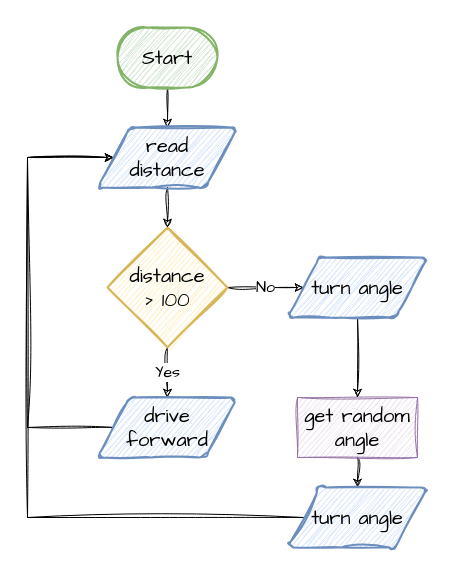
Earlier version of the draw.io diagram assets/diagrams.drawio (DamoM73/lego-spike-tutorials). Source tidied: cells renumbered, new cells numbered last; positions are measured from the earlier drawing's top-left corner, leaving out a move shared by most shapes. Both pictures are drawn from the tidied source at 100%, with x=0, y=0 at pixel (17, 17).
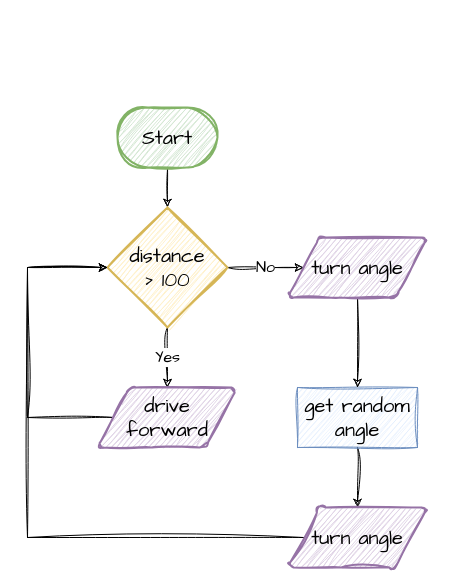
After the change.

Change to the diagram source:
```diff
@@
-    <mxCell id="2" style="rounded=0;whiteSpace=wrap;html=1;sketch=1;hachureGap=4;jiggle=2;curveFitting=1;fontFamily=Architects Daughter;fontSize=20;strokeColor=none;" parent="1" vertex="1">
-      <mxGeometry width="420" height="540" as="geometry" />
-    </mxCell>
-    <mxCell id="3" style="edgeStyle=orthogonalEdgeStyle;rounded=0;sketch=1;hachureGap=4;jiggle=2;curveFitting=1;jettySize=auto;html=1;exitX=0.5;exitY=1;exitDx=0;exitDy=0;exitPerimeter=0;entryX=0.5;entryY=0;entryDx=0;entryDy=0;fontFamily=Architects Daughter;fontSize=16;" parent="1" edge="1" source="4" target="17">
-      <mxGeometry relative="1" as="geometry" />
-    </mxCell>
+    <mxCell id="18" style="edgeStyle=orthogonalEdgeStyle;rounded=0;sketch=1;hachureGap=4;jiggle=2;curveFitting=1;jettySize=auto;html=1;exitX=0.5;exitY=1;exitDx=0;exitDy=0;exitPerimeter=0;entryX=0.5;entryY=0;entryDx=0;entryDy=0;entryPerimeter=0;fontFamily=Architects Daughter;fontSize=16;" parent="1" edge="1" source="4" target="7">
+      <mxGeometry relative="1" as="geometry" />
+    </mxCell>
     <mxCell id="4" value="Start" style="strokeWidth=2;html=1;shape=mxgraph.flowchart.terminator;whiteSpace=wrap;sketch=1;hachureGap=4;jiggle=2;curveFitting=1;fontFamily=Architects Daughter;fontSize=20;fillColor=#d5e8d4;strokeColor=#82b366;" parent="1" vertex="1">
-      <mxGeometry x="100" y="10" width="100" height="60" as="geometry" />
+      <mxGeometry x="100" y="90" width="100" height="60" as="geometry" />
     </mxCell>
@@
     <mxCell id="7" value="distance &lt;br&gt;&amp;gt; 100" style="strokeWidth=2;html=1;shape=mxgraph.flowchart.decision;whiteSpace=wrap;sketch=1;hachureGap=4;jiggle=2;curveFitting=1;fontFamily=Architects Daughter;fontSize=20;fillColor=#fff2cc;strokeColor=#d6b656;" parent="1" vertex="1">
-      <mxGeometry x="90" y="210" width="120" height="120" as="geometry" />
+      <mxGeometry x="90" y="190" width="120" height="120" as="geometry" />
     </mxCell>
-    <mxCell id="8" style="edgeStyle=orthogonalEdgeStyle;rounded=0;sketch=1;hachureGap=4;jiggle=2;curveFitting=1;jettySize=auto;html=1;exitX=0;exitY=0.5;exitDx=0;exitDy=0;fontFamily=Architects Daughter;fontSize=16;entryX=0;entryY=0.5;entryDx=0;entryDy=0;" parent="1" edge="1" source="9" target="17">
+    <mxCell id="8" style="edgeStyle=orthogonalEdgeStyle;rounded=0;sketch=1;hachureGap=4;jiggle=2;curveFitting=1;jettySize=auto;html=1;exitX=0;exitY=0.5;exitDx=0;exitDy=0;fontFamily=Architects Daughter;fontSize=16;" parent="1" edge="1" source="9">
       <mxGeometry relative="1" as="geometry">
+        <mxPoint x="90" y="250" as="targetPoint" />
         <Array as="points">
-          <mxPoint x="10" y="410" />
-          <mxPoint x="10" y="140" />
+          <mxPoint x="10" y="400" />
+          <mxPoint x="10" y="250" />
         </Array>
       </mxGeometry>
     </mxCell>
-    <mxCell id="9" value="drive &lt;br&gt;forward" style="shape=parallelogram;html=1;strokeWidth=2;perimeter=parallelogramPerimeter;whiteSpace=wrap;rounded=1;arcSize=12;size=0.23;sketch=1;hachureGap=4;jiggle=2;curveFitting=1;fontFamily=Architects Daughter;fontSize=20;fillColor=#dae8fc;strokeColor=#6c8ebf;" parent="1" vertex="1">
-      <mxGeometry x="80" y="380" width="140" height="60" as="geometry" />
+    <mxCell id="9" value="drive &lt;br&gt;forward" style="shape=parallelogram;html=1;strokeWidth=2;perimeter=parallelogramPerimeter;whiteSpace=wrap;rounded=1;arcSize=12;size=0.23;sketch=1;hachureGap=4;jiggle=2;curveFitting=1;fontFamily=Architects Daughter;fontSize=20;fillColor=#e1d5e7;strokeColor=#9673a6;" parent="1" vertex="1">
+      <mxGeometry x="80" y="370" width="140" height="60" as="geometry" />
     </mxCell>
@@
-    <mxCell id="11" value="get random angle" style="rounded=0;whiteSpace=wrap;html=1;sketch=1;hachureGap=4;jiggle=2;curveFitting=1;fontFamily=Architects Daughter;fontSize=20;fillColor=#e1d5e7;strokeColor=#9673a6;" parent="1" vertex="1">
-      <mxGeometry x="280" y="380" width="120" height="60" as="geometry" />
+    <mxCell id="11" value="get random angle" style="rounded=0;whiteSpace=wrap;html=1;sketch=1;hachureGap=4;jiggle=2;curveFitting=1;fontFamily=Architects Daughter;fontSize=20;fillColor=#dae8fc;strokeColor=#6c8ebf;" parent="1" vertex="1">
+      <mxGeometry x="280" y="370" width="120" height="60" as="geometry" />
     </mxCell>
-    <mxCell id="12" style="edgeStyle=orthogonalEdgeStyle;rounded=0;sketch=1;hachureGap=4;jiggle=2;curveFitting=1;jettySize=auto;html=1;exitX=0;exitY=0.5;exitDx=0;exitDy=0;entryX=0;entryY=0.5;entryDx=0;entryDy=0;fontFamily=Architects Daughter;fontSize=16;" parent="1" edge="1" source="13" target="17">
+    <mxCell id="12" style="edgeStyle=orthogonalEdgeStyle;rounded=0;sketch=1;hachureGap=4;jiggle=2;curveFitting=1;jettySize=auto;html=1;exitX=0;exitY=0.5;exitDx=0;exitDy=0;entryX=0;entryY=0.5;entryDx=0;entryDy=0;entryPerimeter=0;fontFamily=Architects Daughter;fontSize=16;" parent="1" edge="1" source="13" target="7">
       <mxGeometry relative="1" as="geometry">
         <Array as="points">
-          <mxPoint x="10" y="500" />
-          <mxPoint x="10" y="140" />
+          <mxPoint x="10" y="520" />
+          <mxPoint x="10" y="250" />
         </Array>
       </mxGeometry>
     </mxCell>
-    <mxCell id="13" value="turn angle" style="shape=parallelogram;html=1;strokeWidth=2;perimeter=parallelogramPerimeter;whiteSpace=wrap;rounded=1;arcSize=12;size=0.23;sketch=1;hachureGap=4;jiggle=2;curveFitting=1;fontFamily=Architects Daughter;fontSize=20;fillColor=#dae8fc;strokeColor=#6c8ebf;" parent="1" vertex="1">
-      <mxGeometry x="270" y="470" width="140" height="60" as="geometry" />
+    <mxCell id="13" value="turn angle" style="shape=parallelogram;html=1;strokeWidth=2;perimeter=parallelogramPerimeter;whiteSpace=wrap;rounded=1;arcSize=12;size=0.23;sketch=1;hachureGap=4;jiggle=2;curveFitting=1;fontFamily=Architects Daughter;fontSize=20;fillColor=#e1d5e7;strokeColor=#9673a6;" parent="1" vertex="1">
+      <mxGeometry x="270" y="490" width="140" height="60" as="geometry" />
     </mxCell>
@@
-    <mxCell id="15" value="turn angle" style="shape=parallelogram;html=1;strokeWidth=2;perimeter=parallelogramPerimeter;whiteSpace=wrap;rounded=1;arcSize=12;size=0.23;sketch=1;hachureGap=4;jiggle=2;curveFitting=1;fontFamily=Architects Daughter;fontSize=20;fillColor=#dae8fc;strokeColor=#6c8ebf;" parent="1" vertex="1">
-      <mxGeometry x="270" y="240" width="140" height="60" as="geometry" />
+    <mxCell id="15" value="turn angle" style="shape=parallelogram;html=1;strokeWidth=2;perimeter=parallelogramPerimeter;whiteSpace=wrap;rounded=1;arcSize=12;size=0.23;sketch=1;hachureGap=4;jiggle=2;curveFitting=1;fontFamily=Architects Daughter;fontSize=20;fillColor=#e1d5e7;strokeColor=#9673a6;" parent="1" vertex="1">
+      <mxGeometry x="270" y="220" width="140" height="60" as="geometry" />
     </mxCell>
-    <mxCell id="16" style="edgeStyle=orthogonalEdgeStyle;rounded=0;sketch=1;hachureGap=4;jiggle=2;curveFitting=1;jettySize=auto;html=1;exitX=0.5;exitY=1;exitDx=0;exitDy=0;entryX=0.5;entryY=0;entryDx=0;entryDy=0;entryPerimeter=0;fontFamily=Architects Daughter;fontSize=16;" parent="1" edge="1" source="17" target="7">
-      <mxGeometry relative="1" as="geometry" />
-    </mxCell>
-    <mxCell id="17" value="read&lt;br&gt;distance" style="shape=parallelogram;html=1;strokeWidth=2;perimeter=parallelogramPerimeter;whiteSpace=wrap;rounded=1;arcSize=12;size=0.23;sketch=1;hachureGap=4;jiggle=2;curveFitting=1;fontFamily=Architects Daughter;fontSize=20;fillColor=#dae8fc;strokeColor=#6c8ebf;" parent="1" vertex="1">
-      <mxGeometry x="80" y="110" width="140" height="60" as="geometry" />
-    </mxCell>
```
